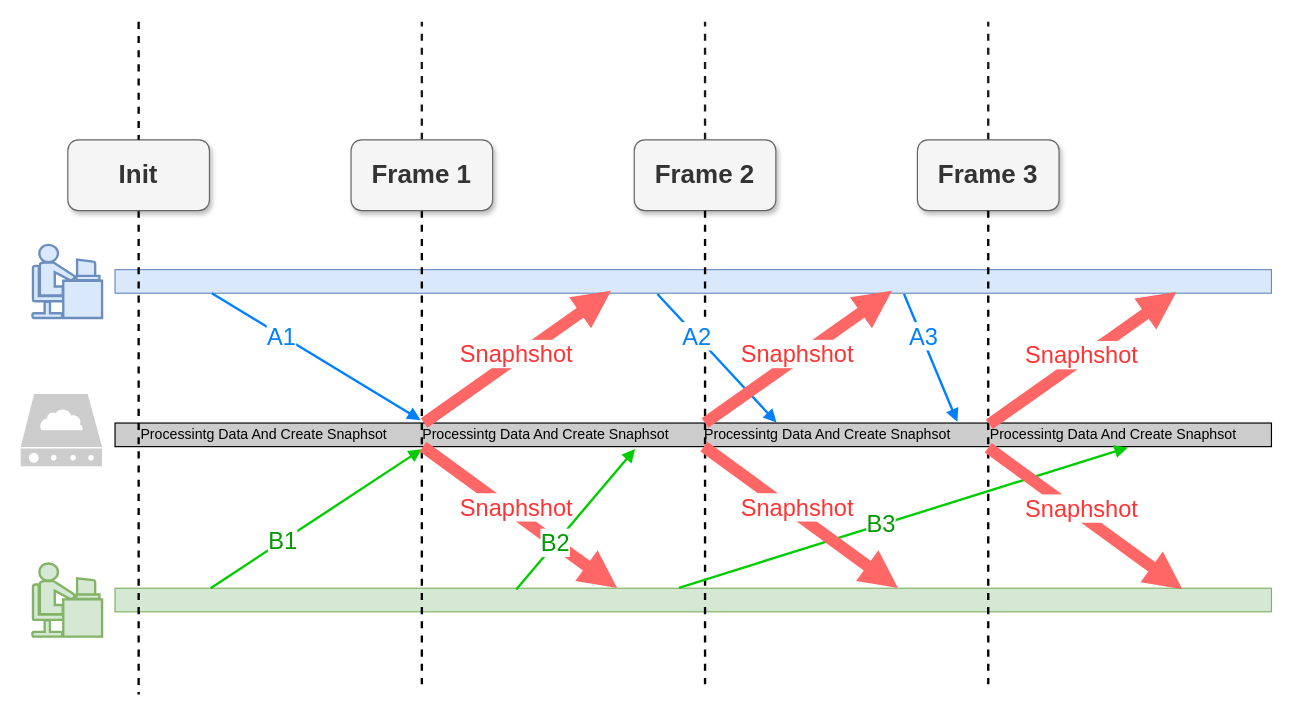
The draw.io diagram page "snapshot" (3 of 10) of booming/Booming 104ppt-17.drawio in yrdimple/flowChart, before the edit. Source tidied: cells renumbered, new cells numbered last; positions are measured from the earlier drawing's top-left corner, leaving out a move shared by most shapes. Both pictures are drawn from the tidied source at 118%, with x=0, y=0 at pixel (20, 21).
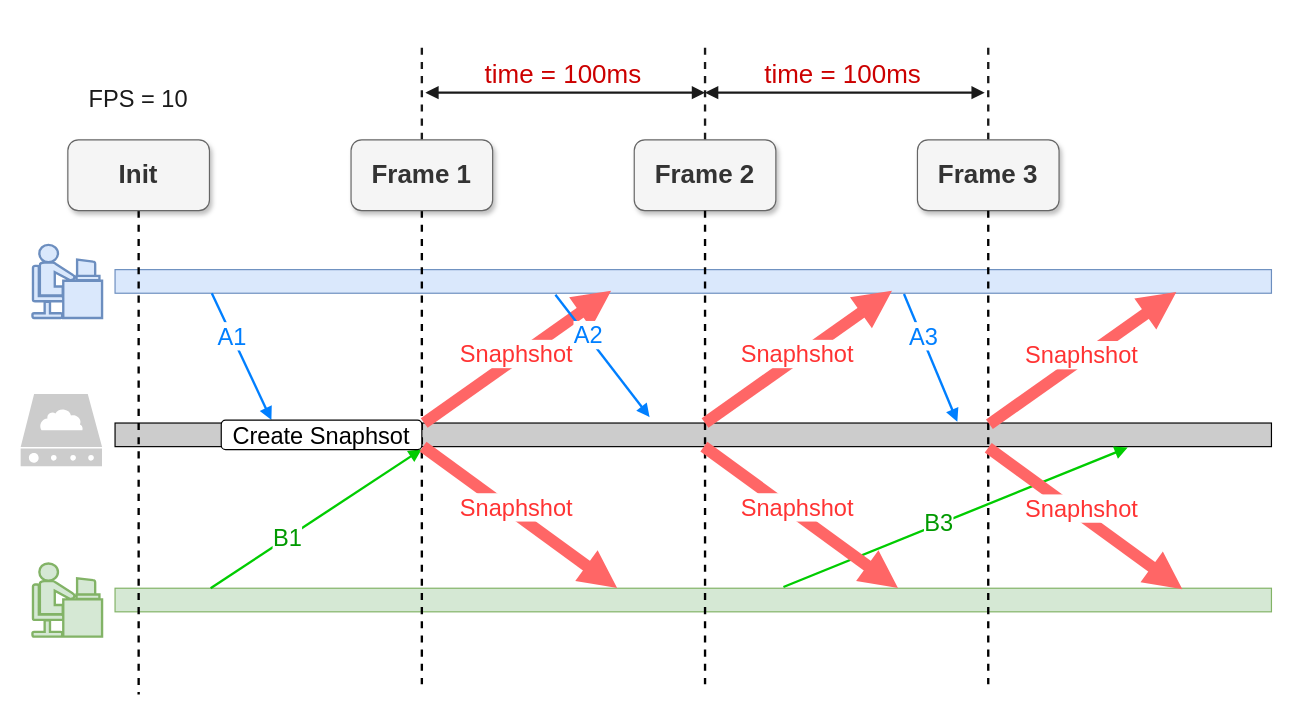
The same page after the edit.

Unchanged cells that the change refers to:
```xml
<mxCell id="3" style="rounded=0;whiteSpace=wrap;html=1;fillColor=#d5e8d4;strokeColor=#82b366;" parent="1" vertex="1">
  <mxGeometry x="80" y="480" width="980" height="20" as="geometry" />
</mxCell>
<mxCell id="4" style="rounded=0;whiteSpace=wrap;html=1;fillColor=#dae8fc;strokeColor=#6c8ebf;" parent="1" vertex="1">
  <mxGeometry x="80" y="210" width="980" height="20" as="geometry" />
</mxCell>
<mxCell id="17" style="endArrow=block;html=1;rounded=0;strokeWidth=2;entryX=0.356;entryY=1.111;entryDx=0;entryDy=0;entryPerimeter=0;fillColor=#ffff88;strokeColor=#00CC00;fontColor=#009900;endFill=1;fontSize=20;" parent="1" edge="1">
  <mxGeometry relative="1" as="geometry">
    <mxPoint x="161" y="480" as="sourcePoint" />
    <mxPoint x="339.9" y="362.2" as="targetPoint" />
  </mxGeometry>
</mxCell>
<mxCell id="19" style="endArrow=block;html=1;rounded=0;strokeWidth=10;entryX=0.525;entryY=-0.01;entryDx=0;entryDy=0;entryPerimeter=0;fillColor=#f8cecc;strokeColor=#FF6666;endFill=1;fontSize=20;" parent="1" edge="1">
  <mxGeometry relative="1" as="geometry">
    <mxPoint x="341" y="360" as="sourcePoint" />
    <mxPoint x="505.5" y="479.8" as="targetPoint" />
  </mxGeometry>
</mxCell>
<mxCell id="21" style="endArrow=block;html=1;rounded=0;strokeWidth=10;entryX=0.43;entryY=0.9;entryDx=0;entryDy=0;fillColor=#dae8fc;gradientColor=#7ea6e0;strokeColor=#FF6666;entryPerimeter=0;endFill=1;fontSize=20;" parent="1" edge="1">
  <mxGeometry relative="1" as="geometry">
    <mxPoint x="342" y="340" as="sourcePoint" />
    <mxPoint x="500.4" y="228" as="targetPoint" />
  </mxGeometry>
</mxCell>
<mxCell id="30" value="Init" style="rounded=1;whiteSpace=wrap;html=1;fontSize=22;fillColor=#f5f5f5;strokeColor=#666666;fontColor=#333333;shadow=1;sketch=0;glass=0;fontStyle=1;" parent="1" vertex="1">
  <mxGeometry x="40" y="100" width="120" height="60" as="geometry" />
</mxCell>
<mxCell id="32" style="endArrow=block;html=1;rounded=0;strokeWidth=10;entryX=0.525;entryY=-0.01;entryDx=0;entryDy=0;entryPerimeter=0;fillColor=#f8cecc;strokeColor=#FF6666;endFill=1;fontSize=20;" parent="1" edge="1">
  <mxGeometry relative="1" as="geometry">
    <mxPoint x="579" y="360" as="sourcePoint" />
    <mxPoint x="743.5" y="479.8" as="targetPoint" />
  </mxGeometry>
</mxCell>
<mxCell id="34" style="endArrow=block;html=1;rounded=0;strokeWidth=10;entryX=0.43;entryY=0.9;entryDx=0;entryDy=0;fillColor=#dae8fc;gradientColor=#7ea6e0;strokeColor=#FF6666;entryPerimeter=0;endFill=1;fontSize=20;" parent="1" edge="1">
  <mxGeometry relative="1" as="geometry">
    <mxPoint x="580" y="340" as="sourcePoint" />
    <mxPoint x="738.4" y="228" as="targetPoint" />
  </mxGeometry>
</mxCell>
<mxCell id="36" style="endArrow=block;html=1;rounded=0;strokeWidth=10;entryX=0.525;entryY=-0.01;entryDx=0;entryDy=0;entryPerimeter=0;fillColor=#f8cecc;strokeColor=#FF6666;endFill=1;fontSize=20;" parent="1" edge="1">
  <mxGeometry relative="1" as="geometry">
    <mxPoint x="820" y="361" as="sourcePoint" />
    <mxPoint x="984.5" y="480.8" as="targetPoint" />
  </mxGeometry>
</mxCell>
<mxCell id="38" style="endArrow=block;html=1;rounded=0;strokeWidth=10;entryX=0.43;entryY=0.9;entryDx=0;entryDy=0;fillColor=#dae8fc;gradientColor=#7ea6e0;strokeColor=#FF6666;entryPerimeter=0;endFill=1;fontSize=20;" parent="1" edge="1">
  <mxGeometry relative="1" as="geometry">
    <mxPoint x="821" y="341" as="sourcePoint" />
    <mxPoint x="979.4" y="229" as="targetPoint" />
  </mxGeometry>
</mxCell>
```

What changed in the source:
```diff
@@
-    <mxCell id="2" value="&amp;nbsp; &amp;nbsp; &amp;nbsp; Processintg Data And Create Snaphsot&amp;nbsp; &amp;nbsp; &amp;nbsp; &amp;nbsp; &amp;nbsp;Processintg Data And Create Snaphsot&amp;nbsp; &amp;nbsp; &amp;nbsp; &amp;nbsp; &amp;nbsp;Processintg Data And Create Snaphsot&amp;nbsp; &amp;nbsp; &amp;nbsp; &amp;nbsp; &amp;nbsp; Processintg Data And Create Snaphsot" style="rounded=0;whiteSpace=wrap;html=1;fillColor=#CCCCCC;align=left;" parent="1" vertex="1">
+    <mxCell id="2" style="rounded=0;whiteSpace=wrap;html=1;fillColor=#CCCCCC;align=left;" parent="1" vertex="1">
       <mxGeometry x="80" y="340" width="980" height="20" as="geometry" />
     </mxCell>
@@
     <mxCell id="7" style="edgeStyle=none;rounded=0;orthogonalLoop=1;jettySize=auto;html=1;dashed=1;fontSize=22;fontColor=#CC0000;endArrow=none;endFill=0;strokeColor=#1A1A1A;strokeWidth=2;" parent="1" edge="1">
       <mxGeometry relative="1" as="geometry">
         <mxPoint x="340" y="100" as="sourcePoint" />
-        <mxPoint x="340" as="targetPoint" />
+        <mxPoint x="340" y="20" as="targetPoint" />
       </mxGeometry>
     </mxCell>
-    <mxCell id="8" value="Frame&amp;nbsp;1" style="rounded=1;whiteSpace=wrap;html=1;fontSize=22;fillColor=#f5f5f5;strokeColor=#666666;fontColor=#333333;shadow=1;sketch=0;glass=0;fontStyle=1;" parent="1" vertex="1">
+    <mxCell id="8" value="Frame 1" style="rounded=1;whiteSpace=wrap;html=1;fontSize=22;fillColor=#f5f5f5;strokeColor=#666666;fontColor=#333333;shadow=1;sketch=0;glass=0;fontStyle=1;" parent="1" vertex="1">
       <mxGeometry x="280" y="100" width="120" height="60" as="geometry" />
     </mxCell>
     <mxCell id="9" style="edgeStyle=none;rounded=0;orthogonalLoop=1;jettySize=auto;html=1;exitX=0.5;exitY=0;exitDx=0;exitDy=0;dashed=1;fontSize=22;fontColor=#CC0000;endArrow=none;endFill=0;strokeColor=#1A1A1A;strokeWidth=2;" parent="1" edge="1">
       <mxGeometry relative="1" as="geometry">
         <mxPoint x="580" y="100" as="sourcePoint" />
-        <mxPoint x="580" as="targetPoint" />
+        <mxPoint x="580" y="20" as="targetPoint" />
       </mxGeometry>
     </mxCell>
@@
     <mxCell id="12" style="edgeStyle=none;rounded=0;orthogonalLoop=1;jettySize=auto;html=1;dashed=1;fontSize=22;fontColor=#CC0000;endArrow=none;endFill=0;strokeColor=#1A1A1A;strokeWidth=2;" parent="1" edge="1">
       <mxGeometry relative="1" as="geometry">
         <mxPoint x="820" y="100" as="sourcePoint" />
-        <mxPoint x="820" as="targetPoint" />
+        <mxPoint x="820" y="20" as="targetPoint" />
       </mxGeometry>
     </mxCell>
@@
-    <mxCell id="15" style="endArrow=block;html=1;rounded=0;strokeWidth=2;entryX=0.354;entryY=-0.127;entryDx=0;entryDy=0;entryPerimeter=0;fillColor=#dae8fc;gradientColor=#7ea6e0;strokeColor=#007FFF;endFill=1;fontSize=20;" parent="1" edge="1">
+    <mxCell id="15" style="endArrow=block;html=1;rounded=0;strokeWidth=2;entryX=0.25;entryY=0;entryDx=0;entryDy=0;fillColor=#dae8fc;gradientColor=#7ea6e0;strokeColor=#007FFF;endFill=1;fontSize=20;" parent="1" edge="1" target="44">
       <mxGeometry relative="1" as="geometry">
         <mxPoint x="162" y="230" as="sourcePoint" />
-        <mxPoint x="338.9" y="337.5" as="targetPoint" />
       </mxGeometry>
     </mxCell>
@@
     <mxCell id="18" value="B1" style="edgeLabel;html=1;align=center;verticalAlign=middle;fontSize=20;fontColor=#009900;" parent="17" vertex="1">
-      <mxGeometry x="-0.33" y="2" relative="1" as="geometry">
-        <mxPoint x="1" as="offset" />
-      </mxGeometry>
+      <mxGeometry x="-0.27" y="1" relative="1" as="geometry" />
     </mxCell>
@@
-    <mxCell id="20" value="&lt;span style=&quot;color: rgb(255, 51, 51);&quot;&gt;Snaphshot&lt;/span&gt;" style="edgeLabel;html=1;align=center;verticalAlign=middle;fontSize=20;fontColor=#007FFF;" parent="19" vertex="1">
+    <mxCell id="20" value="&lt;span style=&quot;color: rgb(255, 51, 51); font-size: 20px;&quot;&gt;Snaphshot&lt;/span&gt;" style="edgeLabel;html=1;align=center;verticalAlign=middle;fontSize=20;fontColor=#007FFF;" parent="19" vertex="1">
       <mxGeometry x="-0.33" y="2" relative="1" as="geometry">
         <mxPoint x="22" y="12" as="offset" />
       </mxGeometry>
     </mxCell>
@@
-    <mxCell id="22" value="&lt;font color=&quot;#ff3333&quot;&gt;Snaphshot&lt;/font&gt;" style="edgeLabel;html=1;align=center;verticalAlign=middle;fontSize=20;fontColor=#009900;" parent="21" vertex="1">
+    <mxCell id="22" value="&lt;font color=&quot;#ff3333&quot; style=&quot;font-size: 20px;&quot;&gt;Snaphshot&lt;/font&gt;" style="edgeLabel;html=1;align=center;verticalAlign=middle;fontSize=20;fontColor=#009900;" parent="21" vertex="1">
       <mxGeometry x="0.26" y="4" relative="1" as="geometry">
         <mxPoint x="-20" y="14" as="offset" />
       </mxGeometry>
     </mxCell>
-    <mxCell id="23" style="endArrow=block;html=1;rounded=0;strokeWidth=2;fillColor=#dae8fc;gradientColor=#7ea6e0;strokeColor=#007FFF;entryX=0.572;entryY=-0.018;entryDx=0;entryDy=0;entryPerimeter=0;exitX=0.469;exitY=1.033;exitDx=0;exitDy=0;exitPerimeter=0;endFill=1;fontSize=20;" parent="1" edge="1" source="4" target="2">
-      <mxGeometry relative="1" as="geometry" />
+    <mxCell id="23" style="endArrow=block;html=1;rounded=0;strokeWidth=2;fillColor=#dae8fc;gradientColor=#7ea6e0;strokeColor=#007FFF;entryX=0.5;entryY=0;entryDx=0;entryDy=0;exitX=0.342;exitY=1.066;exitDx=0;exitDy=0;exitPerimeter=0;endFill=1;fontSize=20;" parent="1" edge="1">
+      <mxGeometry relative="1" as="geometry">
+        <mxPoint x="453.2" y="231.3" as="sourcePoint" />
+        <mxPoint x="533" y="335" as="targetPoint" />
+      </mxGeometry>
     </mxCell>
@@
-    <mxCell id="25" style="endArrow=block;html=1;rounded=0;strokeWidth=2;entryX=0.742;entryY=1.041;entryDx=0;entryDy=0;entryPerimeter=0;exitX=0.354;exitY=-0.019;exitDx=0;exitDy=0;exitPerimeter=0;fillColor=#ffff88;strokeColor=#00CC00;fontColor=#009900;endFill=1;fontSize=20;" parent="1" edge="1">
+    <mxCell id="25" style="endArrow=block;html=1;rounded=0;strokeWidth=2;entryX=0.742;entryY=1.041;entryDx=0;entryDy=0;entryPerimeter=0;exitX=0.578;exitY=-0.053;exitDx=0;exitDy=0;exitPerimeter=0;fillColor=#ffff88;strokeColor=#00CC00;fontColor=#009900;endFill=1;fontSize=20;" parent="1" edge="1" source="3">
       <mxGeometry relative="1" as="geometry">
-        <mxPoint x="557.9" y="479.6" as="sourcePoint" />
         <mxPoint x="938.2" y="360.8" as="targetPoint" />
       </mxGeometry>
     </mxCell>
@@
-    <mxCell id="31" style="edgeStyle=none;rounded=0;jettySize=auto;html=1;dashed=1;endArrow=none;endFill=0;strokeWidth=2;entryX=0.5;entryY=0;entryDx=0;entryDy=0;" parent="1" edge="1" target="30">
-      <mxGeometry relative="1" as="geometry">
-        <mxPoint x="100" as="sourcePoint" />
-      </mxGeometry>
-    </mxCell>
@@
-    <mxCell id="33" value="&lt;span style=&quot;color: rgb(255, 51, 51);&quot;&gt;Snaphshot&lt;/span&gt;" style="edgeLabel;html=1;align=center;verticalAlign=middle;fontSize=20;fontColor=#007FFF;" parent="32" vertex="1">
+    <mxCell id="33" value="&lt;span style=&quot;color: rgb(255, 51, 51); font-size: 20px;&quot;&gt;Snaphshot&lt;/span&gt;" style="edgeLabel;html=1;align=center;verticalAlign=middle;fontSize=20;fontColor=#007FFF;" parent="32" vertex="1">
       <mxGeometry x="-0.33" y="2" relative="1" as="geometry">
         <mxPoint x="22" y="12" as="offset" />
       </mxGeometry>
     </mxCell>
@@
-    <mxCell id="35" value="&lt;font color=&quot;#ff3333&quot;&gt;Snaphshot&lt;/font&gt;" style="edgeLabel;html=1;align=center;verticalAlign=middle;fontSize=20;fontColor=#009900;" parent="34" vertex="1">
+    <mxCell id="35" value="&lt;font color=&quot;#ff3333&quot; style=&quot;font-size: 20px;&quot;&gt;Snaphshot&lt;/font&gt;" style="edgeLabel;html=1;align=center;verticalAlign=middle;fontSize=20;fontColor=#009900;" parent="34" vertex="1">
       <mxGeometry x="0.26" y="4" relative="1" as="geometry">
         <mxPoint x="-20" y="14" as="offset" />
       </mxGeometry>
     </mxCell>
@@
-    <mxCell id="37" value="&lt;span style=&quot;color: rgb(255, 51, 51);&quot;&gt;Snaphshot&lt;/span&gt;" style="edgeLabel;html=1;align=center;verticalAlign=middle;fontSize=20;fontColor=#007FFF;" parent="36" vertex="1">
+    <mxCell id="37" value="&lt;span style=&quot;color: rgb(255, 51, 51); font-size: 20px;&quot;&gt;Snaphshot&lt;/span&gt;" style="edgeLabel;html=1;align=center;verticalAlign=middle;fontSize=20;fontColor=#007FFF;" parent="36" vertex="1">
       <mxGeometry x="-0.33" y="2" relative="1" as="geometry">
         <mxPoint x="22" y="12" as="offset" />
       </mxGeometry>
     </mxCell>
@@
-    <mxCell id="39" value="&lt;font color=&quot;#ff3333&quot;&gt;Snaphshot&lt;/font&gt;" style="edgeLabel;html=1;align=center;verticalAlign=middle;fontSize=20;fontColor=#009900;" parent="38" vertex="1">
+    <mxCell id="39" value="&lt;font color=&quot;#ff3333&quot; style=&quot;font-size: 20px;&quot;&gt;Snaphshot&lt;/font&gt;" style="edgeLabel;html=1;align=center;verticalAlign=middle;fontSize=20;fontColor=#009900;" parent="38" vertex="1">
       <mxGeometry x="0.26" y="4" relative="1" as="geometry">
         <mxPoint x="-20" y="14" as="offset" />
       </mxGeometry>
     </mxCell>
@@
-    <mxCell id="42" style="endArrow=block;html=1;rounded=0;strokeWidth=2;entryX=0.363;entryY=1.1;entryDx=0;entryDy=0;entryPerimeter=0;fillColor=#ffff88;strokeColor=#00CC00;fontColor=#009900;endFill=1;fontSize=20;" parent="1" edge="1">
-      <mxGeometry relative="1" as="geometry">
-        <mxPoint x="420" y="481" as="sourcePoint" />
-        <mxPoint x="520.7" y="362" as="targetPoint" />
-      </mxGeometry>
-    </mxCell>
-    <mxCell id="43" value="B2" style="edgeLabel;html=1;align=center;verticalAlign=middle;fontSize=20;fontColor=#009900;" parent="42" vertex="1">
-      <mxGeometry x="-0.33" y="2" relative="1" as="geometry" />
-    </mxCell>
+    <mxCell id="44" value="&lt;span style=&quot;text-align: left; font-size: 20px;&quot;&gt;&lt;font style=&quot;font-size: 20px;&quot;&gt;Create Snaphsot&lt;/font&gt;&lt;/span&gt;" style="rounded=1;whiteSpace=wrap;html=1;fontSize=20;" parent="1" vertex="1">
+      <mxGeometry x="170" y="337.5" width="170" height="25" as="geometry" />
+    </mxCell>
+    <mxCell id="45" style="endArrow=block;startArrow=block;html=1;rounded=0;fontSize=22;fontColor=#CC0000;strokeColor=#1A1A1A;strokeWidth=2;endFill=1;startFill=1;" parent="1" edge="1">
+      <mxGeometry relative="1" as="geometry">
+        <mxPoint x="343" y="60" as="sourcePoint" />
+        <mxPoint x="580" y="60" as="targetPoint" />
+      </mxGeometry>
+    </mxCell>
+    <mxCell id="46" value="time = 100ms" style="text;html=1;strokeColor=none;fillColor=none;align=center;verticalAlign=middle;whiteSpace=wrap;rounded=0;fontSize=22;fontColor=#CC0000;" parent="1" vertex="1">
+      <mxGeometry x="390" y="30" width="140" height="30" as="geometry" />
+    </mxCell>
+    <mxCell id="47" style="endArrow=block;startArrow=block;html=1;rounded=0;fontSize=22;fontColor=#CC0000;strokeColor=#1A1A1A;strokeWidth=2;endFill=1;startFill=1;" parent="1" edge="1">
+      <mxGeometry relative="1" as="geometry">
+        <mxPoint x="580" y="60" as="sourcePoint" />
+        <mxPoint x="817" y="60" as="targetPoint" />
+      </mxGeometry>
+    </mxCell>
+    <mxCell id="48" value="time = 100ms" style="text;html=1;strokeColor=none;fillColor=none;align=center;verticalAlign=middle;whiteSpace=wrap;rounded=0;fontSize=22;fontColor=#CC0000;" parent="1" vertex="1">
+      <mxGeometry x="627" y="30" width="140" height="30" as="geometry" />
+    </mxCell>
+    <mxCell id="49" value="FPS = 10" style="text;html=1;strokeColor=none;fillColor=none;align=center;verticalAlign=middle;whiteSpace=wrap;rounded=0;fontSize=20;fontColor=#1A1A1A;" parent="1" vertex="1">
+      <mxGeometry x="40" y="50" width="120" height="30" as="geometry" />
+    </mxCell>
```
